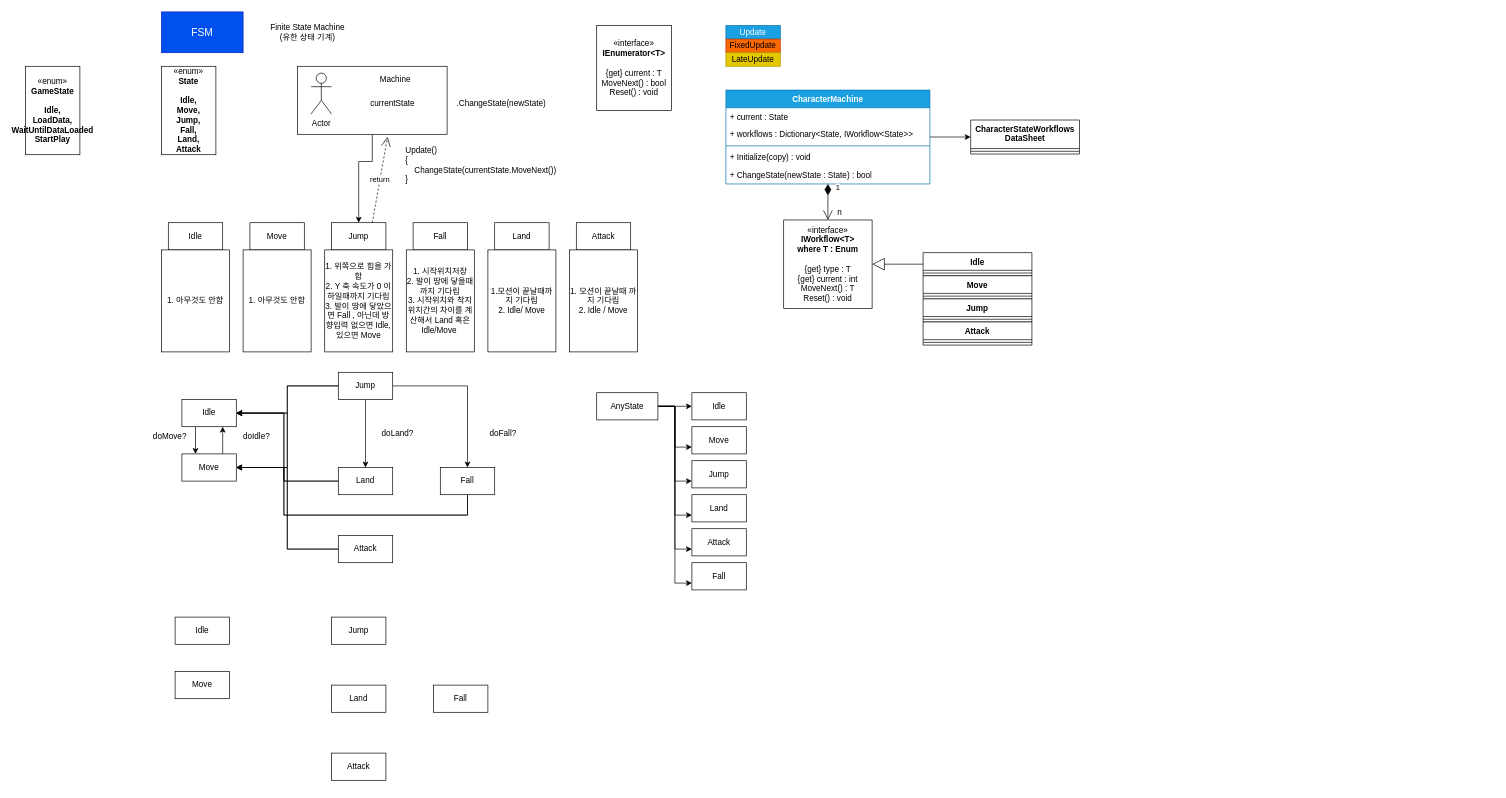
This is Platformer2D/Platformer2DConcept.drawio from luke-youngmin-cho/UnityEngineBasic_9th, a draw.io file, before an edit. Source tidied: cells renumbered, new cells numbered last; positions are measured from the earlier drawing's top-left corner, leaving out a move shared by most shapes. Both pictures are drawn from the tidied source at 68%, with x=0, y=0 at pixel (25, 12).
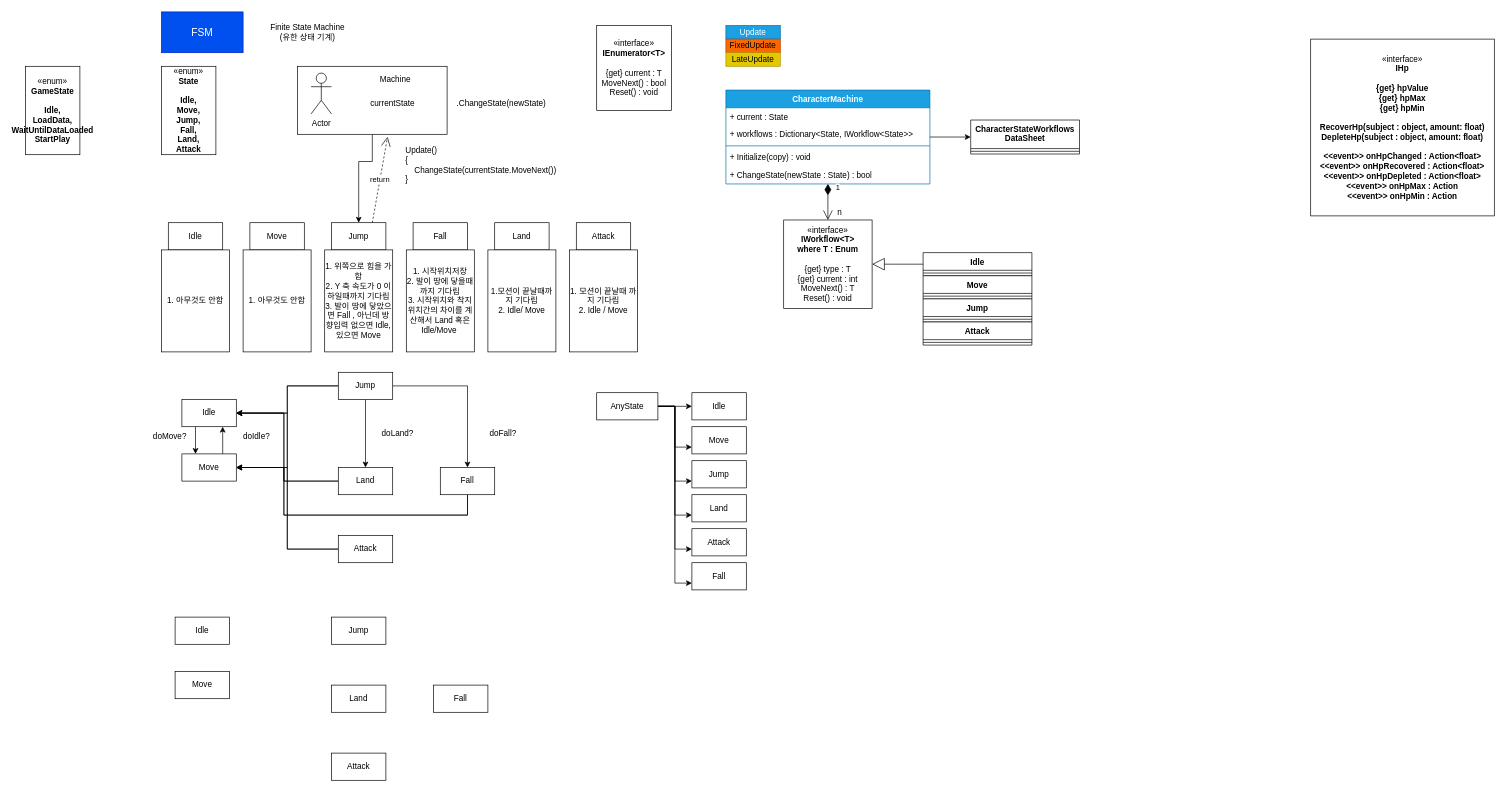
After the change.

What changed in the source:
```diff
@@
+    <mxCell id="95" value="«interface»&lt;br&gt;&lt;b&gt;IHp&lt;br&gt;&lt;br&gt;{get} hpValue&lt;br&gt;{get} hpMax&lt;br&gt;{get} hpMin&lt;br&gt;&lt;br&gt;RecoverHp(subject : object, amount: float)&lt;br&gt;&lt;/b&gt;&lt;b style=&quot;border-color: var(--border-color);&quot;&gt;DepleteHp(subject : object, amount: float)&lt;br&gt;&lt;/b&gt;&lt;b&gt;&lt;br&gt;&amp;lt;&amp;lt;event&amp;gt;&amp;gt; onHpChanged : Action&amp;lt;float&amp;gt;&lt;br&gt;&lt;/b&gt;&lt;b style=&quot;border-color: var(--border-color);&quot;&gt;&amp;lt;&amp;lt;event&amp;gt;&amp;gt;&lt;/b&gt;&lt;b&gt;&amp;nbsp;onHpRecovered : Action&amp;lt;float&amp;gt;&lt;br&gt;&lt;/b&gt;&lt;b style=&quot;border-color: var(--border-color);&quot;&gt;&amp;lt;&amp;lt;event&amp;gt;&amp;gt;&lt;/b&gt;&lt;b&gt;&amp;nbsp;onHpDepleted : Action&amp;lt;float&amp;gt;&lt;br&gt;&lt;/b&gt;&lt;b style=&quot;border-color: var(--border-color);&quot;&gt;&amp;lt;&amp;lt;event&amp;gt;&amp;gt;&lt;/b&gt;&lt;b&gt;&amp;nbsp;onHpMax : Action&lt;br&gt;&lt;/b&gt;&lt;b style=&quot;border-color: var(--border-color);&quot;&gt;&amp;lt;&amp;lt;event&amp;gt;&amp;gt;&lt;/b&gt;&lt;b&gt;&amp;nbsp;onHpMin : Action&lt;br&gt;&lt;/b&gt;" style="html=1;whiteSpace=wrap;" parent="1" vertex="1">
+      <mxGeometry x="1890" y="40" width="270" height="260" as="geometry" />
+    </mxCell>
```
